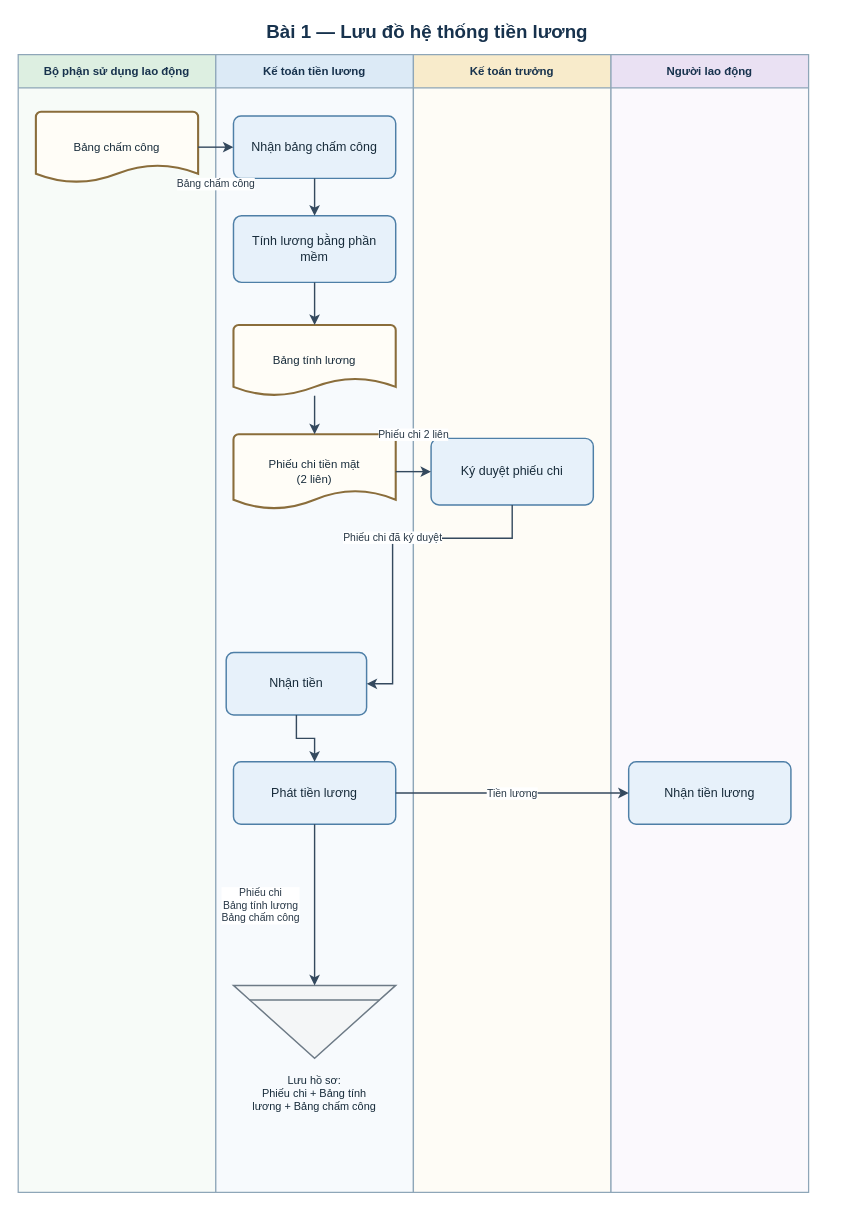
Before: assets/drawio/01_payroll_system_flow.drawio in saigonbaddielover/thtrang, a draw.io diagram. Source tidied: cells renumbered, new cells numbered last; positions are measured from the earlier drawing's top-left corner, leaving out a move shared by most shapes. Both pictures are drawn from the tidied source at 104%, with x=0, y=0 at pixel (18, 18).
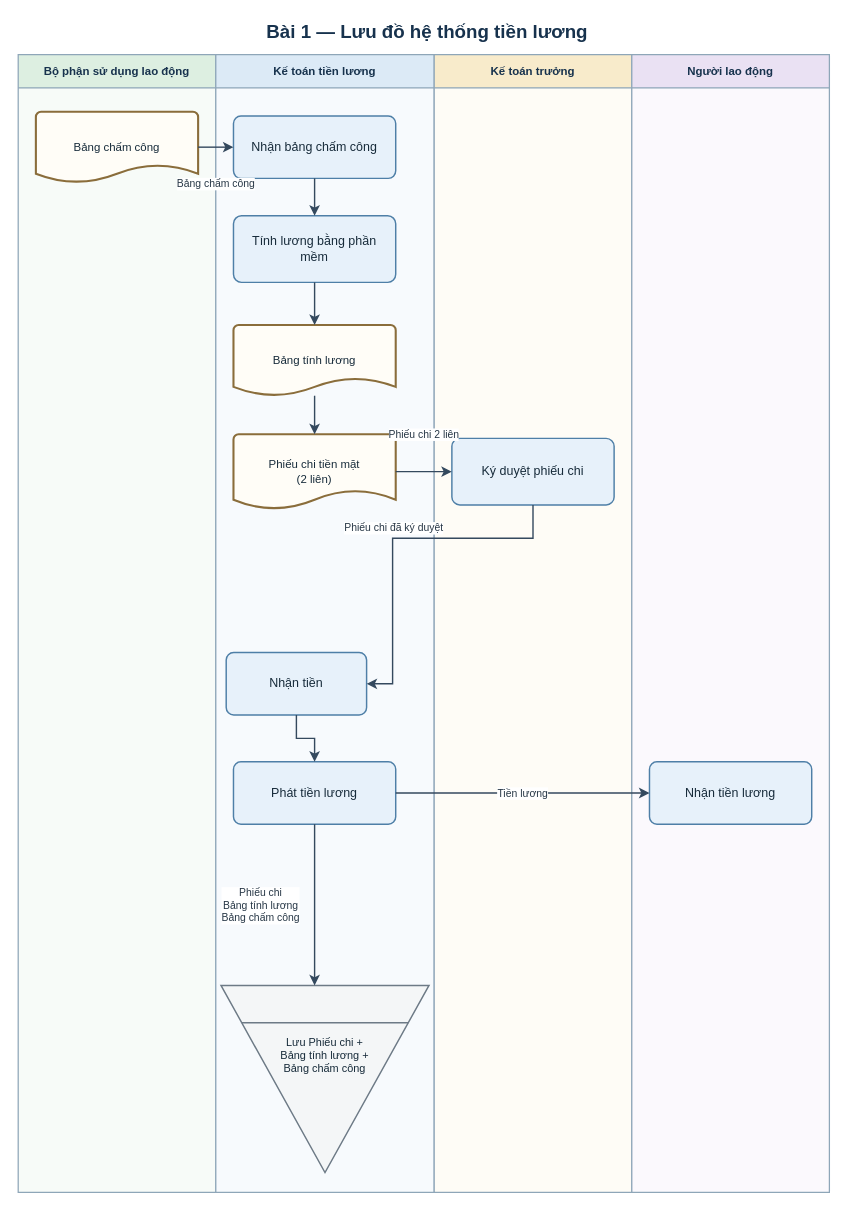
The same page after the edit.

Unchanged cells that the change refers to:
```xml
<mxCell id="14" value="Phát tiền lương" style="rounded=1;arcSize=12;html=1;whiteSpace=wrap;fontFamily=Arial;align=center;verticalAlign=middle;fontColor=#172B3A; fontSize=11;spacing=5;fillColor=#E7F1FA;strokeColor=#4E7FA7;strokeWidth=1.4;" parent="4" vertex="1">
  <mxGeometry x="17" y="680" width="156" height="60" as="geometry" />
</mxCell>
```

Diff of the diagram source:
```diff
@@
     <mxCell id="4" value="Kế toán tiền lương" style="swimlane;horizontal=1;startSize=32;html=1;whiteSpace=wrap;fontFamily=Arial;fontSize=11;fontStyle=1;fontColor=#17324D;align=center;verticalAlign=middle;rounded=0;fillColor=#DCEAF6;swimlaneFillColor=#F7FAFD;strokeColor=#8EA6B8;strokeWidth=1.2;" parent="1" vertex="1">
-      <mxGeometry x="190" y="35" width="190" height="1094" as="geometry" />
+      <mxGeometry x="190" y="35" width="210" height="1094" as="geometry" />
     </mxCell>
     <mxCell id="5" value="Kế toán trưởng" style="swimlane;horizontal=1;startSize=32;html=1;whiteSpace=wrap;fontFamily=Arial;fontSize=11;fontStyle=1;fontColor=#17324D;align=center;verticalAlign=middle;rounded=0;fillColor=#F8EBCB;swimlaneFillColor=#FEFCF6;strokeColor=#8EA6B8;strokeWidth=1.2;" parent="1" vertex="1">
-      <mxGeometry x="380" y="35" width="190" height="1094" as="geometry" />
+      <mxGeometry x="400" y="35" width="190" height="1094" as="geometry" />
     </mxCell>
     <mxCell id="6" value="Người lao động" style="swimlane;horizontal=1;startSize=32;html=1;whiteSpace=wrap;fontFamily=Arial;fontSize=11;fontStyle=1;fontColor=#17324D;align=center;verticalAlign=middle;rounded=0;fillColor=#EAE1F3;swimlaneFillColor=#FBF9FD;strokeColor=#8EA6B8;strokeWidth=1.2;" parent="1" vertex="1">
-      <mxGeometry x="570" y="35" width="190" height="1094" as="geometry" />
+      <mxGeometry x="590" y="35" width="190" height="1094" as="geometry" />
     </mxCell>
@@
-    <mxCell id="16" value="Lưu hồ sơ:&lt;br&gt;Phiếu chi + Bảng tính&lt;br&gt;lương + Bảng chấm công" style="shape=mxgraph.dfd.archive;html=1;whiteSpace=wrap;fontFamily=Arial;align=center;verticalLabelPosition=bottom;verticalAlign=top;fontColor=#172B3A;fontSize=10.5;spacingTop=8;fillColor=#F4F6F7;strokeColor=#6D7A86;strokeWidth=1.4;" parent="4" vertex="1">
-      <mxGeometry x="17" y="895" width="156" height="70" as="geometry" />
+    <mxCell id="16" value="Lưu Phiếu chi +&lt;br&gt;Bảng tính lương +&lt;br&gt;Bảng chấm công" style="shape=mxgraph.dfd.archive;html=1;whiteSpace=wrap;fontFamily=Arial;align=center;verticalLabelPosition=middle;verticalAlign=middle;fontColor=#172B3A;fontSize=10.5;spacing=4;spacingBottom=46;fillColor=#F4F6F7;strokeColor=#6D7A86;strokeWidth=1.4;" parent="4" vertex="1">
+      <mxGeometry x="5" y="895" width="200" height="180" as="geometry" />
     </mxCell>
@@
-    <mxCell id="25" value="Phiếu chi&lt;br&gt;Bảng tính lương&lt;br&gt;Bảng chấm công" style="edgeStyle=orthogonalEdgeStyle;rounded=0;jettySize=auto;html=1;fontFamily=Arial;fontSize=10;fontColor=#273746;labelBackgroundColor=#FFFFFF;strokeColor=#34495E;strokeWidth=1.35;endArrow=classic;endFill=1;exitX=0.5;exitY=1;entryX=0.5;entryY=0;" parent="1" edge="1" source="14" target="16">
+    <mxCell id="25" value="Phiếu chi&lt;br&gt;Bảng tính lương&lt;br&gt;Bảng chấm công" style="edgeStyle=orthogonalEdgeStyle;rounded=0;jettySize=auto;html=1;fontFamily=Arial;fontSize=10;fontColor=#273746;labelBackgroundColor=#FFFFFF;strokeColor=#34495E;strokeWidth=1.35;endArrow=classic;endFill=1;exitX=0.5;exitY=1;entryX=0.45;entryY=0;" parent="1" edge="1" source="14" target="16">
       <mxGeometry relative="1" as="geometry">
         <mxPoint x="-52" as="offset" />
       </mxGeometry>
     </mxCell>
```
